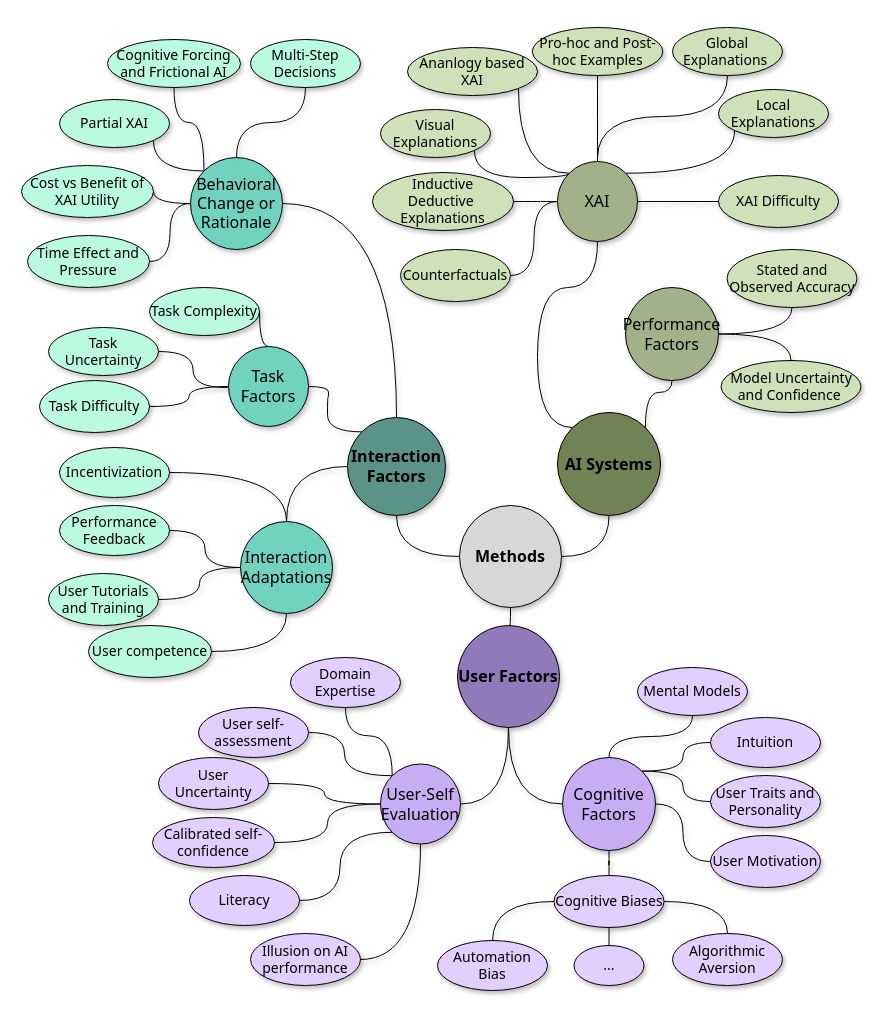
The draw.io diagram ext/chi-rev-method-overview.drawio in raeeschaudhary/Coursera_Exams, before the edit. Source tidied: cells renumbered, new cells numbered last; positions are measured from the earlier drawing's top-left corner, leaving out a move shared by most shapes. Both pictures are drawn from the tidied source at 100%, with x=0, y=0 at pixel (21, 27).
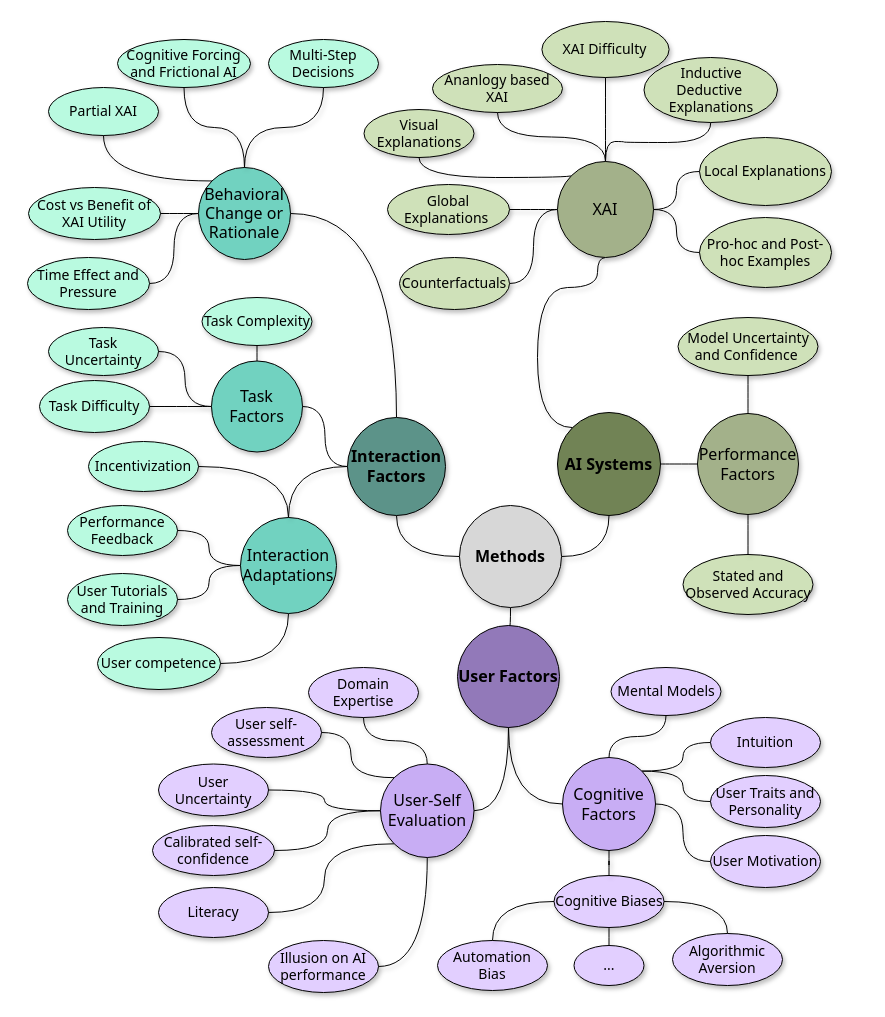
After the change.

Unchanged cells that the change refers to:
```xml
<mxCell id="35" value="Task Uncertainty" style="ellipse;whiteSpace=wrap;html=1;fontFamily=Tahoma;fontSize=14;fillColor=#B9FAE0;shadow=1;" parent="1" vertex="1">
  <mxGeometry x="27" y="300" width="110" height="48" as="geometry" />
</mxCell>
<mxCell id="41" value="AI Systems" style="ellipse;whiteSpace=wrap;html=1;fontFamily=Tahoma;fontSize=16;fontStyle=1;fillColor=light-dark(#718355,#B9E0A5);strokeColor=light-dark(#000000,#588157);shadow=1;" parent="1" vertex="1">
  <mxGeometry x="536" y="385" width="103" height="103" as="geometry" />
</mxCell>
<mxCell id="85" value="Interaction Factors" style="ellipse;whiteSpace=wrap;html=1;fontFamily=Tahoma;fontSize=16;fontStyle=1;fillColor=#5C9389;shadow=1;" parent="1" vertex="1">
  <mxGeometry x="326" y="390" width="98" height="98" as="geometry" />
</mxCell>
```

What changed in the source:
```diff
@@
     <mxCell id="2" value="Performance Feedback" style="ellipse;whiteSpace=wrap;html=1;fontFamily=Tahoma;fontSize=14;fillColor=#B9FAE0;shadow=1;" parent="1" vertex="1">
-      <mxGeometry x="38" y="478" width="110" height="50" as="geometry" />
+      <mxGeometry x="46" y="478" width="110" height="50" as="geometry" />
     </mxCell>
     <mxCell id="3" value="Incentivization" style="ellipse;whiteSpace=wrap;html=1;fontFamily=Tahoma;fontSize=14;fillColor=#B9FAE0;shadow=1;" parent="1" vertex="1">
-      <mxGeometry x="38" y="420" width="110" height="50" as="geometry" />
+      <mxGeometry x="67" y="414" width="110" height="50" as="geometry" />
     </mxCell>
     <mxCell id="4" value="Local Explanations" style="ellipse;whiteSpace=wrap;html=1;fontFamily=Tahoma;fontSize=14;fillColor=#CFE1B9;shadow=1;" parent="1" vertex="1">
-      <mxGeometry x="697" y="62" width="110" height="48" as="geometry" />
+      <mxGeometry x="678" y="110" width="132" height="68" as="geometry" />
     </mxCell>
@@
-    <mxCell id="7" value="Inductive&lt;div&gt;Deductive&amp;nbsp;&lt;/div&gt;&lt;div&gt;Explanations&lt;/div&gt;" style="ellipse;whiteSpace=wrap;html=1;fontFamily=Tahoma;fontSize=14;fillColor=#CFE1B9;shadow=1;" parent="1" vertex="1">
-      <mxGeometry x="351" y="145" width="141" height="58" as="geometry" />
+    <mxCell id="7" value="Global Explanations&amp;nbsp;" style="ellipse;whiteSpace=wrap;html=1;fontFamily=Tahoma;fontSize=14;fillColor=#CFE1B9;shadow=1;" parent="1" vertex="1">
+      <mxGeometry x="366" y="157" width="122" height="50" as="geometry" />
     </mxCell>
     <mxCell id="8" value="Visual&lt;br&gt;&lt;div&gt;Explanations&lt;/div&gt;" style="ellipse;whiteSpace=wrap;html=1;fontFamily=Tahoma;fontSize=14;fillColor=#CFE1B9;shadow=1;" parent="1" vertex="1">
-      <mxGeometry x="359" y="82" width="110" height="48" as="geometry" />
+      <mxGeometry x="342.5" y="82" width="110" height="48" as="geometry" />
     </mxCell>
     <mxCell id="9" value="Cognitive Forcing and Frictional AI" style="ellipse;whiteSpace=wrap;html=1;fontFamily=Tahoma;fontSize=14;fillColor=#B9FAE0;shadow=1;" parent="1" vertex="1">
-      <mxGeometry x="86" y="12" width="133" height="48" as="geometry" />
+      <mxGeometry x="96" y="12" width="133" height="48" as="geometry" />
     </mxCell>
     <mxCell id="10" value="User Tutorials and Training" style="ellipse;whiteSpace=wrap;html=1;fontFamily=Tahoma;fontSize=14;fillColor=#B9FAE0;shadow=1;" parent="1" vertex="1">
-      <mxGeometry x="27" y="546" width="110" height="52" as="geometry" />
+      <mxGeometry x="46" y="546" width="110" height="52" as="geometry" />
     </mxCell>
@@
     <mxCell id="12" value="Multi-Step Decisions" style="ellipse;whiteSpace=wrap;html=1;fontFamily=Tahoma;fontSize=14;fillColor=#B9FAE0;shadow=1;" parent="1" vertex="1">
-      <mxGeometry x="229" y="12" width="110" height="48" as="geometry" />
+      <mxGeometry x="247" y="12" width="110" height="48" as="geometry" />
     </mxCell>
     <mxCell id="13" value="Time Effect and Pressure" style="ellipse;whiteSpace=wrap;html=1;fontFamily=Tahoma;fontSize=14;fillColor=#B9FAE0;shadow=1;" parent="1" vertex="1">
-      <mxGeometry x="6" y="208" width="122" height="52" as="geometry" />
+      <mxGeometry x="6" y="230" width="122" height="52" as="geometry" />
     </mxCell>
     <mxCell id="14" value="Literacy" style="ellipse;whiteSpace=wrap;html=1;fontFamily=Tahoma;fontSize=14;fillColor=#E2CFFF;shadow=1;" parent="1" vertex="1">
-      <mxGeometry x="168" y="848" width="110" height="50" as="geometry" />
+      <mxGeometry x="137" y="860" width="110" height="50" as="geometry" />
     </mxCell>
     <mxCell id="15" value="Domain Expertise" style="ellipse;whiteSpace=wrap;html=1;fontFamily=Tahoma;fontSize=14;fillColor=#E2CFFF;shadow=1;" parent="1" vertex="1">
-      <mxGeometry x="269" y="630" width="110" height="50" as="geometry" />
+      <mxGeometry x="287" y="640" width="110" height="50" as="geometry" />
     </mxCell>
@@
     <mxCell id="20" value="Mental Models" style="ellipse;whiteSpace=wrap;html=1;fontFamily=Tahoma;fontSize=14;fillColor=#E2CFFF;shadow=1;" parent="1" vertex="1">
-      <mxGeometry x="616" y="640" width="110" height="48" as="geometry" />
+      <mxGeometry x="589.5" y="640" width="110" height="48" as="geometry" />
     </mxCell>
-    <mxCell id="21" value="XAI Difficulty" style="ellipse;whiteSpace=wrap;html=1;fontFamily=Tahoma;fontSize=14;fillColor=#CFE1B9;shadow=1;" parent="1" vertex="1">
-      <mxGeometry x="697" y="148" width="120" height="52" as="geometry" />
+    <mxCell id="21" value="Pro-hoc and Post-hoc Examples" style="ellipse;whiteSpace=wrap;html=1;fontFamily=Tahoma;fontSize=14;fillColor=#CFE1B9;shadow=1;" parent="1" vertex="1">
+      <mxGeometry x="678" y="190" width="132" height="70" as="geometry" />
     </mxCell>
@@
     <mxCell id="23" value="Cost vs Benefit of XAI Utility" style="ellipse;whiteSpace=wrap;html=1;fontFamily=Tahoma;fontSize=14;fillColor=#B9FAE0;shadow=1;" parent="1" vertex="1">
-      <mxGeometry y="138" width="132" height="52" as="geometry" />
+      <mxGeometry x="7" y="160" width="132" height="52" as="geometry" />
     </mxCell>
     <mxCell id="24" value="User competence" style="ellipse;whiteSpace=wrap;html=1;fontFamily=Tahoma;fontSize=14;fillColor=#B9FAE0;shadow=1;" parent="1" vertex="1">
-      <mxGeometry x="67" y="598" width="123" height="52" as="geometry" />
+      <mxGeometry x="76" y="610" width="123" height="52" as="geometry" />
     </mxCell>
     <mxCell id="25" value="User self-assessment" style="ellipse;whiteSpace=wrap;html=1;fontFamily=Tahoma;fontSize=14;fillColor=#E2CFFF;shadow=1;" parent="1" vertex="1">
-      <mxGeometry x="177" y="680" width="110" height="50" as="geometry" />
+      <mxGeometry x="190" y="680" width="110" height="50" as="geometry" />
     </mxCell>
     <mxCell id="26" value="Illusion on AI performance" style="ellipse;whiteSpace=wrap;html=1;fontFamily=Tahoma;fontSize=14;fillColor=#E2CFFF;shadow=1;" parent="1" vertex="1">
-      <mxGeometry x="229" y="906" width="110" height="52" as="geometry" />
+      <mxGeometry x="247" y="913" width="110" height="52" as="geometry" />
     </mxCell>
     <mxCell id="27" value="Stated and Observed Accuracy" style="ellipse;whiteSpace=wrap;html=1;fontFamily=Tahoma;fontSize=14;fillColor=#CFE1B9;shadow=1;" parent="1" vertex="1">
-      <mxGeometry x="705.5" y="222" width="130" height="58" as="geometry" />
+      <mxGeometry x="661.5" y="527" width="130" height="60" as="geometry" />
     </mxCell>
     <mxCell id="28" value="Ananlogy based XAI" style="ellipse;whiteSpace=wrap;html=1;fontFamily=Tahoma;fontSize=14;fillColor=#CFE1B9;shadow=1;" parent="1" vertex="1">
-      <mxGeometry x="386" y="20" width="130" height="48" as="geometry" />
+      <mxGeometry x="411" y="37" width="130" height="48" as="geometry" />
     </mxCell>
@@
     <mxCell id="30" value="Model Uncertainty and Confidence&amp;nbsp;" style="ellipse;whiteSpace=wrap;html=1;fontFamily=Tahoma;fontSize=14;fillColor=#CFE1B9;shadow=1;" parent="1" vertex="1">
-      <mxGeometry x="699.5" y="333" width="140" height="52" as="geometry" />
+      <mxGeometry x="656.5" y="290" width="140" height="58" as="geometry" />
     </mxCell>
     <mxCell id="31" value="User Uncertainty" style="ellipse;whiteSpace=wrap;html=1;fontFamily=Tahoma;fontSize=14;fillColor=#E2CFFF;shadow=1;" parent="1" vertex="1">
-      <mxGeometry x="137" y="730" width="110" height="52" as="geometry" />
+      <mxGeometry x="137" y="736.5" width="110" height="52" as="geometry" />
     </mxCell>
-    <mxCell id="32" value="Pro-hoc and Post-hoc Examples" style="ellipse;whiteSpace=wrap;html=1;fontFamily=Tahoma;fontSize=14;fillColor=#CFE1B9;shadow=1;" parent="1" vertex="1">
-      <mxGeometry x="510.8" width="130.5" height="48" as="geometry" />
+    <mxCell id="32" value="XAI Difficulty" style="ellipse;whiteSpace=wrap;html=1;fontFamily=Tahoma;fontSize=14;fillColor=#CFE1B9;shadow=1;" parent="1" vertex="1">
+      <mxGeometry x="520.4" y="-6" width="127.2" height="56" as="geometry" />
     </mxCell>
     <mxCell id="33" value="Calibrated self-confidence" style="ellipse;whiteSpace=wrap;html=1;fontFamily=Tahoma;fontSize=14;fillColor=#E2CFFF;shadow=1;" parent="1" vertex="1">
-      <mxGeometry x="131" y="790" width="122" height="50" as="geometry" />
+      <mxGeometry x="131" y="798" width="122" height="50" as="geometry" />
     </mxCell>
     <mxCell id="34" value="Task Complexity" style="ellipse;whiteSpace=wrap;html=1;fontFamily=Tahoma;fontSize=14;fillColor=#B9FAE0;shadow=1;" parent="1" vertex="1">
-      <mxGeometry x="128" y="260" width="110" height="48" as="geometry" />
+      <mxGeometry x="180.5" y="270" width="110" height="48" as="geometry" />
     </mxCell>
@@
     <mxCell id="36" value="Partial XAI" style="ellipse;whiteSpace=wrap;html=1;fontFamily=Tahoma;fontSize=14;fillColor=#B9FAE0;shadow=1;" parent="1" vertex="1">
-      <mxGeometry x="38" y="72" width="110" height="48" as="geometry" />
+      <mxGeometry x="27" y="60" width="110" height="48" as="geometry" />
     </mxCell>
@@
-    <mxCell id="38" style="edgeStyle=orthogonalEdgeStyle;shape=connector;curved=1;rounded=0;jettySize=auto;html=1;exitX=0;exitY=0;exitDx=0;exitDy=0;entryX=1;entryY=0.5;entryDx=0;entryDy=0;strokeColor=default;align=center;verticalAlign=middle;fontFamily=Helvetica;fontSize=11;fontColor=default;labelBackgroundColor=default;endArrow=none;endFill=0;shadow=1;" parent="1" edge="1" source="85" target="74">
-      <mxGeometry relative="1" as="geometry" />
-    </mxCell>
-    <mxCell id="39" style="edgeStyle=orthogonalEdgeStyle;shape=connector;curved=1;rounded=0;jettySize=auto;html=1;exitX=1;exitY=0;exitDx=0;exitDy=0;entryX=0.5;entryY=1;entryDx=0;entryDy=0;strokeColor=default;align=center;verticalAlign=middle;fontFamily=Helvetica;fontSize=11;fontColor=default;labelBackgroundColor=default;endArrow=none;endFill=0;shadow=1;" parent="1" edge="1" source="41" target="89">
+    <mxCell id="39" style="edgeStyle=orthogonalEdgeStyle;shape=connector;curved=1;rounded=0;jettySize=auto;html=1;exitX=1;exitY=0.5;exitDx=0;exitDy=0;entryX=0;entryY=0.5;entryDx=0;entryDy=0;strokeColor=default;align=center;verticalAlign=middle;fontFamily=Helvetica;fontSize=11;fontColor=default;labelBackgroundColor=default;endArrow=none;endFill=0;shadow=1;" parent="1" edge="1" source="41" target="89">
       <mxGeometry relative="1" as="geometry" />
     </mxCell>
@@
-    <mxCell id="45" style="edgeStyle=orthogonalEdgeStyle;shape=connector;curved=1;rounded=0;jettySize=auto;html=1;exitX=0.5;exitY=1;exitDx=0;exitDy=0;strokeColor=default;align=center;verticalAlign=middle;fontFamily=Helvetica;fontSize=11;fontColor=default;labelBackgroundColor=default;endArrow=none;endFill=0;shadow=1;" parent="1" edge="1" source="46">
-      <mxGeometry relative="1" as="geometry">
-        <mxPoint x="576" y="130" as="targetPoint" />
-      </mxGeometry>
+    <mxCell id="45" style="edgeStyle=orthogonalEdgeStyle;shape=connector;curved=1;rounded=0;jettySize=auto;html=1;exitX=0.5;exitY=1;exitDx=0;exitDy=0;strokeColor=default;align=center;verticalAlign=middle;fontFamily=Helvetica;fontSize=11;fontColor=default;labelBackgroundColor=default;endArrow=none;endFill=0;shadow=1;entryX=0.5;entryY=0;entryDx=0;entryDy=0;" parent="1" edge="1" source="46" target="94">
+      <mxGeometry relative="1" as="geometry" />
     </mxCell>
-    <mxCell id="46" value="Global Explanations&amp;nbsp;" style="ellipse;whiteSpace=wrap;html=1;fontFamily=Tahoma;fontSize=14;fillColor=#CFE1B9;shadow=1;" parent="1" vertex="1">
-      <mxGeometry x="651" width="110" height="48" as="geometry" />
+    <mxCell id="46" value="Inductive&lt;div&gt;Deductive&amp;nbsp;&lt;/div&gt;&lt;span style=&quot;background-color: transparent; color: light-dark(rgb(0, 0, 0), rgb(255, 255, 255));&quot;&gt;Explanations&lt;/span&gt;" style="ellipse;whiteSpace=wrap;html=1;fontFamily=Tahoma;fontSize=14;fillColor=#CFE1B9;shadow=1;" parent="1" vertex="1">
+      <mxGeometry x="622.5" y="30" width="133.5" height="65" as="geometry" />
     </mxCell>
     <mxCell id="47" value="Counterfactuals" style="ellipse;whiteSpace=wrap;html=1;fontFamily=Tahoma;fontSize=14;fillColor=#CFE1B9;shadow=1;" parent="1" vertex="1">
-      <mxGeometry x="379" y="222" width="110" height="52" as="geometry" />
+      <mxGeometry x="378" y="230" width="110" height="52" as="geometry" />
     </mxCell>
@@
-    <mxCell id="57" style="edgeStyle=orthogonalEdgeStyle;shape=connector;curved=1;rounded=0;jettySize=auto;html=1;exitX=0;exitY=0;exitDx=0;exitDy=0;entryX=0.5;entryY=1;entryDx=0;entryDy=0;strokeColor=default;align=center;verticalAlign=middle;fontFamily=Helvetica;fontSize=11;fontColor=default;labelBackgroundColor=default;endArrow=none;endFill=0;shadow=1;" parent="1" edge="1" source="60" target="15">
+    <mxCell id="57" style="edgeStyle=orthogonalEdgeStyle;shape=connector;curved=1;rounded=0;jettySize=auto;html=1;exitX=0.5;exitY=0;exitDx=0;exitDy=0;entryX=0.5;entryY=1;entryDx=0;entryDy=0;strokeColor=default;align=center;verticalAlign=middle;fontFamily=Helvetica;fontSize=11;fontColor=default;labelBackgroundColor=default;endArrow=none;endFill=0;shadow=1;" parent="1" edge="1" source="60" target="15">
       <mxGeometry relative="1" as="geometry" />
     </mxCell>
@@
     <mxCell id="60" value="User-Self Evaluation" style="ellipse;whiteSpace=wrap;html=1;fontFamily=Tahoma;fontSize=16;fillColor=#C8ADF4;shadow=1;" parent="1" vertex="1">
-      <mxGeometry x="359" y="736.5" width="80" height="80" as="geometry" />
+      <mxGeometry x="359" y="736.5" width="93.5" height="93.5" as="geometry" />
     </mxCell>
@@
     <mxCell id="65" value="Interaction Adaptations" style="ellipse;whiteSpace=wrap;html=1;fontFamily=Tahoma;fontSize=16;fillColor=#71D2C0;shadow=1;" parent="1" vertex="1">
-      <mxGeometry x="219" y="494" width="92" height="92" as="geometry" />
+      <mxGeometry x="219" y="490" width="96" height="96" as="geometry" />
     </mxCell>
@@
-    <mxCell id="67" style="edgeStyle=orthogonalEdgeStyle;shape=connector;curved=1;rounded=0;jettySize=auto;html=1;exitX=0;exitY=0;exitDx=0;exitDy=0;entryX=0.5;entryY=1;entryDx=0;entryDy=0;strokeColor=default;align=center;verticalAlign=middle;fontFamily=Helvetica;fontSize=11;fontColor=default;labelBackgroundColor=default;endArrow=none;endFill=0;shadow=1;" parent="1" edge="1" source="70" target="9">
+    <mxCell id="67" style="edgeStyle=orthogonalEdgeStyle;shape=connector;curved=1;rounded=0;jettySize=auto;html=1;entryX=0.5;entryY=1;entryDx=0;entryDy=0;strokeColor=default;align=center;verticalAlign=middle;fontFamily=Helvetica;fontSize=11;fontColor=default;labelBackgroundColor=default;endArrow=none;endFill=0;shadow=1;exitX=0.5;exitY=0;exitDx=0;exitDy=0;" parent="1" edge="1" source="70" target="9">
       <mxGeometry relative="1" as="geometry" />
     </mxCell>
-    <mxCell id="68" style="edgeStyle=orthogonalEdgeStyle;shape=connector;curved=1;rounded=0;jettySize=auto;html=1;exitX=0;exitY=0;exitDx=0;exitDy=0;entryX=1;entryY=1;entryDx=0;entryDy=0;strokeColor=default;align=center;verticalAlign=middle;fontFamily=Helvetica;fontSize=11;fontColor=default;labelBackgroundColor=default;endArrow=none;endFill=0;shadow=1;" parent="1" edge="1" source="70" target="36">
+    <mxCell id="68" style="edgeStyle=orthogonalEdgeStyle;shape=connector;curved=1;rounded=0;jettySize=auto;html=1;exitX=0;exitY=0;exitDx=0;exitDy=0;entryX=0.5;entryY=1;entryDx=0;entryDy=0;strokeColor=default;align=center;verticalAlign=middle;fontFamily=Helvetica;fontSize=11;fontColor=default;labelBackgroundColor=default;endArrow=none;endFill=0;shadow=1;" parent="1" edge="1" source="70" target="36">
       <mxGeometry relative="1" as="geometry" />
     </mxCell>
@@
     <mxCell id="70" value="Behavioral Change or Rationale" style="ellipse;whiteSpace=wrap;html=1;fontFamily=Tahoma;fontSize=16;fillColor=#71D2C0;shadow=1;" parent="1" vertex="1">
-      <mxGeometry x="169" y="130" width="92" height="92" as="geometry" />
+      <mxGeometry x="177" y="140" width="92" height="92" as="geometry" />
     </mxCell>
-    <mxCell id="71" style="edgeStyle=orthogonalEdgeStyle;shape=connector;curved=1;rounded=0;jettySize=auto;html=1;exitX=0.5;exitY=0;exitDx=0;exitDy=0;strokeColor=default;align=center;verticalAlign=middle;fontFamily=Helvetica;fontSize=11;fontColor=default;labelBackgroundColor=default;endArrow=none;endFill=0;entryX=1;entryY=0.5;entryDx=0;entryDy=0;shadow=1;" parent="1" edge="1" source="74" target="34">
+    <mxCell id="71" style="edgeStyle=orthogonalEdgeStyle;shape=connector;curved=1;rounded=0;jettySize=auto;html=1;exitX=0.5;exitY=0;exitDx=0;exitDy=0;strokeColor=default;align=center;verticalAlign=middle;fontFamily=Helvetica;fontSize=11;fontColor=default;labelBackgroundColor=default;endArrow=none;endFill=0;entryX=0.5;entryY=1;entryDx=0;entryDy=0;shadow=1;" parent="1" edge="1" source="74" target="34">
       <mxGeometry relative="1" as="geometry" />
     </mxCell>
-    <mxCell id="72" style="edgeStyle=orthogonalEdgeStyle;shape=connector;curved=1;rounded=0;jettySize=auto;html=1;entryX=1;entryY=0.5;entryDx=0;entryDy=0;strokeColor=default;align=center;verticalAlign=middle;fontFamily=Helvetica;fontSize=11;fontColor=default;labelBackgroundColor=default;endArrow=none;endFill=0;shadow=1;" parent="1" edge="1" target="35">
-      <mxGeometry relative="1" as="geometry">
-        <mxPoint x="206" y="360" as="sourcePoint" />
-      </mxGeometry>
+    <mxCell id="72" style="edgeStyle=orthogonalEdgeStyle;shape=connector;curved=1;rounded=0;jettySize=auto;html=1;entryX=1;entryY=0.5;entryDx=0;entryDy=0;strokeColor=default;align=center;verticalAlign=middle;fontFamily=Helvetica;fontSize=11;fontColor=default;labelBackgroundColor=default;endArrow=none;endFill=0;shadow=1;exitX=0;exitY=0.5;exitDx=0;exitDy=0;" parent="1" edge="1" source="74" target="35">
+      <mxGeometry relative="1" as="geometry" />
     </mxCell>
@@
     <mxCell id="74" value="Task Factors" style="ellipse;whiteSpace=wrap;html=1;fontFamily=Tahoma;fontSize=16;fillColor=#71D2C0;shadow=1;" parent="1" vertex="1">
-      <mxGeometry x="207" y="319" width="80" height="80" as="geometry" />
+      <mxGeometry x="190" y="333.5" width="91" height="91" as="geometry" />
     </mxCell>
@@
+    <mxCell id="38" style="edgeStyle=orthogonalEdgeStyle;rounded=0;jettySize=auto;html=1;exitX=0;exitY=0.5;exitDx=0;exitDy=0;entryX=1;entryY=0.5;entryDx=0;entryDy=0;curved=1;endArrow=none;endFill=0;" parent="1" edge="1" source="85" target="74">
+      <mxGeometry relative="1" as="geometry" />
+    </mxCell>
@@
-    <mxCell id="87" style="edgeStyle=orthogonalEdgeStyle;shape=connector;curved=1;rounded=0;jettySize=auto;html=1;exitX=1;exitY=0.5;exitDx=0;exitDy=0;entryX=0.5;entryY=0;entryDx=0;entryDy=0;strokeColor=default;align=center;verticalAlign=middle;fontFamily=Helvetica;fontSize=11;fontColor=default;labelBackgroundColor=default;endArrow=none;endFill=0;shadow=1;" parent="1" edge="1" source="89" target="30">
+    <mxCell id="87" style="edgeStyle=orthogonalEdgeStyle;shape=connector;curved=1;rounded=0;jettySize=auto;html=1;exitX=0.5;exitY=0;exitDx=0;exitDy=0;entryX=0.5;entryY=1;entryDx=0;entryDy=0;strokeColor=default;align=center;verticalAlign=middle;fontFamily=Helvetica;fontSize=11;fontColor=default;labelBackgroundColor=default;endArrow=none;endFill=0;shadow=1;" parent="1" edge="1" source="89" target="30">
       <mxGeometry relative="1" as="geometry" />
     </mxCell>
-    <mxCell id="88" style="edgeStyle=orthogonalEdgeStyle;shape=connector;curved=1;rounded=0;jettySize=auto;html=1;exitX=1;exitY=0.5;exitDx=0;exitDy=0;entryX=0.5;entryY=1;entryDx=0;entryDy=0;strokeColor=default;align=center;verticalAlign=middle;fontFamily=Helvetica;fontSize=11;fontColor=default;labelBackgroundColor=default;endArrow=none;endFill=0;shadow=1;" parent="1" edge="1" source="89" target="27">
+    <mxCell id="88" style="edgeStyle=orthogonalEdgeStyle;shape=connector;curved=1;rounded=0;jettySize=auto;html=1;exitX=0.5;exitY=1;exitDx=0;exitDy=0;entryX=0.5;entryY=0;entryDx=0;entryDy=0;strokeColor=default;align=center;verticalAlign=middle;fontFamily=Helvetica;fontSize=11;fontColor=default;labelBackgroundColor=default;endArrow=none;endFill=0;shadow=1;" parent="1" edge="1" source="89" target="27">
       <mxGeometry relative="1" as="geometry" />
     </mxCell>
     <mxCell id="89" value="Performance Factors" style="ellipse;whiteSpace=wrap;html=1;fontFamily=Tahoma;fontSize=16;fillColor=light-dark(#A3B18A,#A3B18A);shadow=1;" parent="1" vertex="1">
-      <mxGeometry x="604" y="260" width="93" height="93" as="geometry" />
+      <mxGeometry x="676" y="386" width="101" height="101" as="geometry" />
     </mxCell>
-    <mxCell id="90" style="edgeStyle=orthogonalEdgeStyle;shape=connector;curved=1;rounded=0;jettySize=auto;html=1;exitX=1;exitY=0;exitDx=0;exitDy=0;entryX=0;entryY=1;entryDx=0;entryDy=0;strokeColor=default;align=center;verticalAlign=middle;fontFamily=Helvetica;fontSize=11;fontColor=default;labelBackgroundColor=default;endArrow=none;endFill=0;shadow=1;" parent="1" edge="1" source="94" target="4">
+    <mxCell id="90" style="edgeStyle=orthogonalEdgeStyle;shape=connector;curved=1;rounded=0;jettySize=auto;html=1;exitX=1;exitY=0.5;exitDx=0;exitDy=0;entryX=0;entryY=0.5;entryDx=0;entryDy=0;strokeColor=default;align=center;verticalAlign=middle;fontFamily=Helvetica;fontSize=11;fontColor=default;labelBackgroundColor=default;endArrow=none;endFill=0;shadow=1;" parent="1" edge="1" source="94" target="4">
       <mxGeometry relative="1" as="geometry" />
     </mxCell>
@@
-    <mxCell id="92" style="edgeStyle=orthogonalEdgeStyle;shape=connector;curved=1;rounded=0;jettySize=auto;html=1;exitX=0;exitY=0;exitDx=0;exitDy=0;entryX=1;entryY=1;entryDx=0;entryDy=0;strokeColor=default;align=center;verticalAlign=middle;fontFamily=Helvetica;fontSize=11;fontColor=default;labelBackgroundColor=default;endArrow=none;endFill=0;shadow=1;" parent="1" edge="1" source="94" target="28">
+    <mxCell id="92" style="edgeStyle=orthogonalEdgeStyle;shape=connector;curved=1;rounded=0;jettySize=auto;html=1;exitX=0.5;exitY=0;exitDx=0;exitDy=0;strokeColor=default;align=center;verticalAlign=middle;fontFamily=Helvetica;fontSize=11;fontColor=default;labelBackgroundColor=default;endArrow=none;endFill=0;shadow=1;" parent="1" edge="1" source="94" target="28">
       <mxGeometry relative="1" as="geometry" />
     </mxCell>
-    <mxCell id="93" style="edgeStyle=orthogonalEdgeStyle;shape=connector;curved=1;rounded=0;jettySize=auto;html=1;exitX=0;exitY=0;exitDx=0;exitDy=0;entryX=1;entryY=1;entryDx=0;entryDy=0;strokeColor=default;align=center;verticalAlign=middle;fontFamily=Helvetica;fontSize=11;fontColor=default;labelBackgroundColor=default;endArrow=none;endFill=0;shadow=1;" parent="1" edge="1" source="94" target="8">
+    <mxCell id="93" style="edgeStyle=orthogonalEdgeStyle;shape=connector;curved=1;rounded=0;jettySize=auto;html=1;exitX=0;exitY=0;exitDx=0;exitDy=0;entryX=0.5;entryY=1;entryDx=0;entryDy=0;strokeColor=default;align=center;verticalAlign=middle;fontFamily=Helvetica;fontSize=11;fontColor=default;labelBackgroundColor=default;endArrow=none;endFill=0;shadow=1;" parent="1" edge="1" source="94" target="8">
       <mxGeometry relative="1" as="geometry">
         <Array as="points">
-          <mxPoint x="548" y="150" />
-          <mxPoint x="453" y="150" />
+          <mxPoint x="550" y="150" />
+          <mxPoint x="398" y="150" />
         </Array>
       </mxGeometry>
     </mxCell>
     <mxCell id="94" value="XAI" style="ellipse;whiteSpace=wrap;html=1;fontFamily=Tahoma;fontSize=16;fillColor=#A3B18A;shadow=1;" parent="1" vertex="1">
-      <mxGeometry x="536" y="134" width="80" height="80" as="geometry" />
+      <mxGeometry x="536" y="134" width="96" height="96" as="geometry" />
     </mxCell>
```
